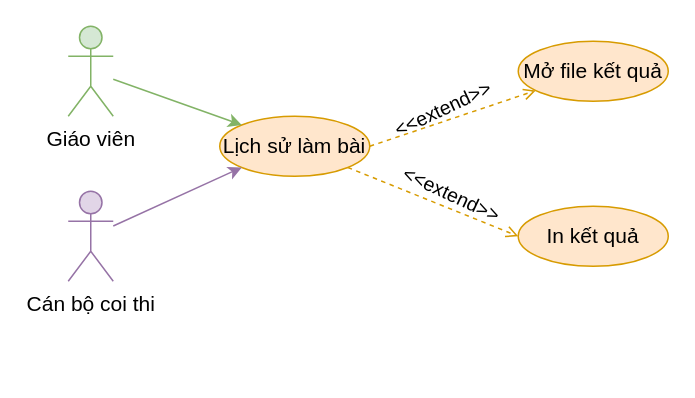
This is document/temp/draw/usecase_phanra/usecase_teacherlichsulambai.drawio from copecute/Edudex-Quiz, a draw.io file, before an edit. Source tidied: cells renumbered, new cells numbered last; positions are measured from the earlier drawing's top-left corner, leaving out a move shared by most shapes. Both pictures are drawn from the tidied source at 150%, with x=0, y=0 at pixel (68, 26).
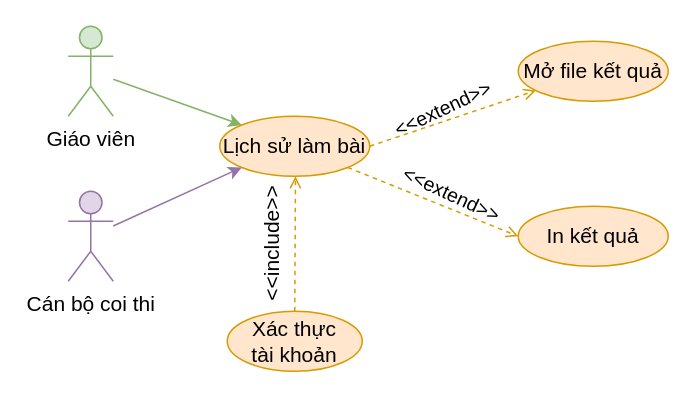
After the change.

Diff of the diagram source:
```diff
@@
 <mxGraphModel>
   <root>
     <mxCell id="0" />
     <mxCell id="1" parent="0" />
     <mxCell id="2" style="rounded=0;jettySize=auto;html=1;exitX=1;exitY=0.5;exitDx=0;exitDy=0;dashed=1;fillColor=#ffe6cc;strokeColor=#d79b00;endArrow=open;endFill=0;" parent="1" edge="1" source="4" target="5">
       <mxGeometry relative="1" as="geometry" />
     </mxCell>
     <mxCell id="3" style="rounded=0;jettySize=auto;html=1;exitX=1;exitY=1;exitDx=0;exitDy=0;entryX=0;entryY=0.5;entryDx=0;entryDy=0;fillColor=#ffe6cc;strokeColor=#d79b00;dashed=1;endArrow=open;endFill=0;" parent="1" edge="1" source="4" target="11">
       <mxGeometry relative="1" as="geometry" />
     </mxCell>
     <mxCell id="4" value="Lịch sử làm bài" style="ellipse;whiteSpace=wrap;html=1;fillColor=#ffe6cc;strokeColor=#d79b00;fontSize=14;" parent="1" vertex="1">
       <mxGeometry x="101" y="60" width="100" height="40" as="geometry" />
     </mxCell>
     <mxCell id="5" value="Mở file kết quả" style="ellipse;whiteSpace=wrap;html=1;fillColor=#ffe6cc;strokeColor=#d79b00;fontSize=14;" parent="1" vertex="1">
       <mxGeometry x="300" y="10" width="100" height="40" as="geometry" />
     </mxCell>
     <mxCell id="6" value="&lt;font style=&quot;font-size: 13px;&quot;&gt;&amp;lt;&amp;lt;extend&amp;gt;&amp;gt;&lt;/font&gt;" style="text;html=1;strokeColor=none;fillColor=none;align=center;verticalAlign=middle;whiteSpace=wrap;rounded=0;rotation=-25;fontSize=13;" parent="1" vertex="1">
       <mxGeometry x="220" y="40" width="60" height="30" as="geometry" />
     </mxCell>
     <mxCell id="7" style="rounded=0;jettySize=auto;html=1;entryX=0;entryY=0;entryDx=0;entryDy=0;fillColor=#d5e8d4;strokeColor=#82b366;fontSize=14;" parent="1" edge="1" source="8" target="4">
       <mxGeometry relative="1" as="geometry" />
     </mxCell>
     <mxCell id="8" value="Giáo viên" style="shape=umlActor;verticalLabelPosition=bottom;verticalAlign=top;html=1;outlineConnect=0;fillColor=#d5e8d4;strokeColor=#82b366;fontSize=14;" parent="1" vertex="1">
       <mxGeometry width="30" height="60" as="geometry" />
     </mxCell>
     <mxCell id="9" style="rounded=0;jettySize=auto;html=1;entryX=0;entryY=1;entryDx=0;entryDy=0;fillColor=#e1d5e7;strokeColor=#9673a6;fontSize=14;" parent="1" edge="1" source="10" target="4">
       <mxGeometry relative="1" as="geometry" />
     </mxCell>
     <mxCell id="10" value="Cán bộ coi thi" style="shape=umlActor;verticalLabelPosition=bottom;verticalAlign=top;html=1;outlineConnect=0;fillColor=#e1d5e7;strokeColor=#9673a6;fontSize=14;" parent="1" vertex="1">
       <mxGeometry y="110" width="30" height="60" as="geometry" />
     </mxCell>
     <mxCell id="11" value="In kết quả" style="ellipse;whiteSpace=wrap;html=1;fillColor=#ffe6cc;strokeColor=#d79b00;fontSize=14;" parent="1" vertex="1">
       <mxGeometry x="300" y="120" width="100" height="40" as="geometry" />
     </mxCell>
     <mxCell id="12" value="&lt;font style=&quot;font-size: 13px;&quot;&gt;&amp;lt;&amp;lt;extend&amp;gt;&amp;gt;&lt;/font&gt;" style="text;html=1;strokeColor=none;fillColor=none;align=center;verticalAlign=middle;whiteSpace=wrap;rounded=0;rotation=25;fontSize=13;" parent="1" vertex="1">
       <mxGeometry x="226" y="97" width="60" height="30" as="geometry" />
     </mxCell>
+    <mxCell id="13" style="rounded=0;jettySize=auto;html=1;exitX=0.5;exitY=0;exitDx=0;exitDy=0;entryX=0.5;entryY=1;entryDx=0;entryDy=0;fillColor=#ffe6cc;strokeColor=#d79b00;endArrow=open;endFill=0;dashed=1;" parent="1" edge="1" source="14">
+      <mxGeometry relative="1" as="geometry">
+        <mxPoint x="151.5" y="100" as="targetPoint" />
+      </mxGeometry>
+    </mxCell>
+    <mxCell id="14" value="Xác thực&lt;br&gt;tài khoản" style="ellipse;whiteSpace=wrap;html=1;fillColor=#ffe6cc;strokeColor=#d79b00;fontSize=14;" parent="1" vertex="1">
+      <mxGeometry x="106" y="190" width="90" height="40" as="geometry" />
+    </mxCell>
+    <mxCell id="15" value="&lt;font&gt;&amp;lt;&amp;lt;include&amp;gt;&amp;gt;&lt;/font&gt;" style="text;html=1;strokeColor=none;fillColor=none;align=center;verticalAlign=middle;whiteSpace=wrap;rounded=0;rotation=-90;fontSize=14;" parent="1" vertex="1">
+      <mxGeometry x="106" y="130" width="60" height="30" as="geometry" />
+    </mxCell>
   </root>
 </mxGraphModel>
```
